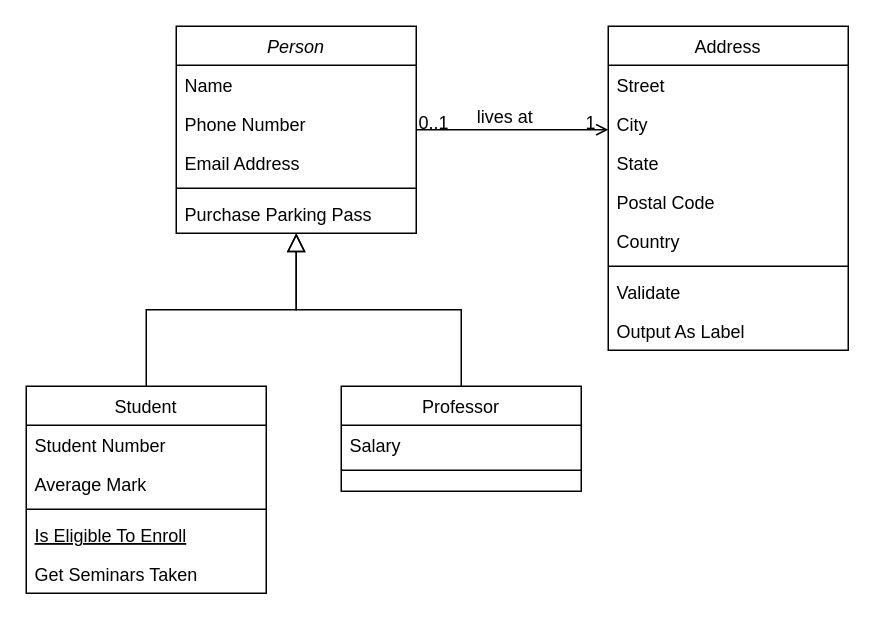
RodrigoEscorcielo/IFTS18_Modelado-y-diseno-de-software_documentos keeps this draw.io diagram as primer_uml.drawio. Above is the earlier version. Source tidied: cells renumbered, new cells numbered last; positions are measured from the earlier drawing's top-left corner, leaving out a move shared by most shapes. Both pictures are drawn from the tidied source at 150%, with x=0, y=0 at pixel (26, 26).
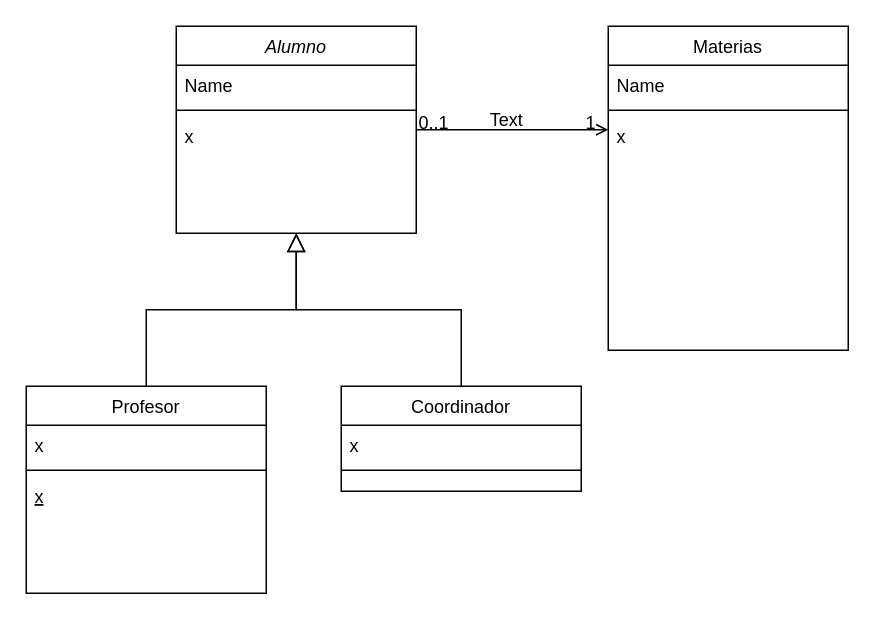
After the change.

The change refers to these unchanged cells:
```xml
<mxCell id="28" style="endArrow=open;shadow=0;strokeWidth=1;rounded=0;curved=0;endFill=1;edgeStyle=elbowEdgeStyle;elbow=vertical;" parent="1" edge="1" source="2" target="19">
  <mxGeometry x="0.5" y="41" relative="1" as="geometry">
    <mxPoint x="-40" y="32" as="offset" />
  </mxGeometry>
</mxCell>
```

Diff of the diagram source:
```diff
@@
-    <mxCell id="2" value="Person" style="swimlane;fontStyle=2;align=center;verticalAlign=top;horizontal=1;startSize=26;rounded=0;shadow=0;strokeWidth=1;" parent="1" vertex="1">
+    <mxCell id="2" value="Alumno" style="swimlane;fontStyle=2;align=center;verticalAlign=top;horizontal=1;startSize=26;rounded=0;shadow=0;strokeWidth=1;" parent="1" vertex="1">
       <mxGeometry x="100" width="160" height="138" as="geometry" />
     </mxCell>
@@
-    <mxCell id="4" value="Phone Number" style="text;align=left;verticalAlign=top;spacingLeft=4;spacingRight=4;overflow=hidden;rounded=0;shadow=0;html=0;" parent="2" vertex="1">
-      <mxGeometry y="52" width="160" height="26" as="geometry" />
-    </mxCell>
-    <mxCell id="5" value="Email Address" style="text;align=left;verticalAlign=top;spacingLeft=4;spacingRight=4;overflow=hidden;rounded=0;shadow=0;html=0;" parent="2" vertex="1">
-      <mxGeometry y="78" width="160" height="26" as="geometry" />
-    </mxCell>
     <mxCell id="6" style="line;html=1;strokeWidth=1;align=left;verticalAlign=middle;spacingTop=-1;spacingLeft=3;spacingRight=3;labelPosition=right;" parent="2" vertex="1">
-      <mxGeometry y="104" width="160" height="8" as="geometry" />
+      <mxGeometry y="52" width="160" height="8" as="geometry" />
     </mxCell>
-    <mxCell id="7" value="Purchase Parking Pass" style="text;align=left;verticalAlign=top;spacingLeft=4;spacingRight=4;overflow=hidden;" parent="2" vertex="1">
-      <mxGeometry y="112" width="160" height="26" as="geometry" />
+    <mxCell id="7" value="x" style="text;align=left;verticalAlign=top;spacingLeft=4;spacingRight=4;overflow=hidden;" parent="2" vertex="1">
+      <mxGeometry y="60" width="160" height="26" as="geometry" />
     </mxCell>
-    <mxCell id="8" value="Student" style="swimlane;fontStyle=0;align=center;verticalAlign=top;horizontal=1;startSize=26;rounded=0;shadow=0;strokeWidth=1;" parent="1" vertex="1">
+    <mxCell id="8" value="Profesor" style="swimlane;fontStyle=0;align=center;verticalAlign=top;horizontal=1;startSize=26;rounded=0;shadow=0;strokeWidth=1;" parent="1" vertex="1">
       <mxGeometry y="240" width="160" height="138" as="geometry" />
     </mxCell>
-    <mxCell id="9" value="Student Number" style="text;align=left;verticalAlign=top;spacingLeft=4;spacingRight=4;overflow=hidden;" parent="8" vertex="1">
+    <mxCell id="9" value="x" style="text;align=left;verticalAlign=top;spacingLeft=4;spacingRight=4;overflow=hidden;" parent="8" vertex="1">
       <mxGeometry y="26" width="160" height="26" as="geometry" />
     </mxCell>
-    <mxCell id="10" value="Average Mark" style="text;align=left;verticalAlign=top;spacingLeft=4;spacingRight=4;overflow=hidden;rounded=0;shadow=0;html=0;" parent="8" vertex="1">
-      <mxGeometry y="52" width="160" height="26" as="geometry" />
-    </mxCell>
     <mxCell id="11" style="line;html=1;strokeWidth=1;align=left;verticalAlign=middle;spacingTop=-1;spacingLeft=3;spacingRight=3;labelPosition=right;" parent="8" vertex="1">
-      <mxGeometry y="78" width="160" height="8" as="geometry" />
+      <mxGeometry y="52" width="160" height="8" as="geometry" />
     </mxCell>
-    <mxCell id="12" value="Is Eligible To Enroll" style="text;align=left;verticalAlign=top;spacingLeft=4;spacingRight=4;overflow=hidden;fontStyle=4;" parent="8" vertex="1">
-      <mxGeometry y="86" width="160" height="26" as="geometry" />
+    <mxCell id="12" value="x" style="text;align=left;verticalAlign=top;spacingLeft=4;spacingRight=4;overflow=hidden;fontStyle=4;" parent="8" vertex="1">
+      <mxGeometry y="60" width="160" height="26" as="geometry" />
     </mxCell>
-    <mxCell id="13" value="Get Seminars Taken" style="text;align=left;verticalAlign=top;spacingLeft=4;spacingRight=4;overflow=hidden;" parent="8" vertex="1">
-      <mxGeometry y="112" width="160" height="26" as="geometry" />
-    </mxCell>
@@
-    <mxCell id="15" value="Professor" style="swimlane;fontStyle=0;align=center;verticalAlign=top;horizontal=1;startSize=26;rounded=0;shadow=0;strokeWidth=1;" parent="1" vertex="1">
+    <mxCell id="15" value="Coordinador" style="swimlane;fontStyle=0;align=center;verticalAlign=top;horizontal=1;startSize=26;rounded=0;shadow=0;strokeWidth=1;" parent="1" vertex="1">
       <mxGeometry x="210" y="240" width="160" height="70" as="geometry" />
     </mxCell>
-    <mxCell id="16" value="Salary" style="text;align=left;verticalAlign=top;spacingLeft=4;spacingRight=4;overflow=hidden;" parent="15" vertex="1">
+    <mxCell id="16" value="x" style="text;align=left;verticalAlign=top;spacingLeft=4;spacingRight=4;overflow=hidden;" parent="15" vertex="1">
       <mxGeometry y="26" width="160" height="26" as="geometry" />
     </mxCell>
@@
-    <mxCell id="19" value="Address" style="swimlane;fontStyle=0;align=center;verticalAlign=top;horizontal=1;startSize=26;rounded=0;shadow=0;strokeWidth=1;" parent="1" vertex="1">
+    <mxCell id="19" value="Materias" style="swimlane;fontStyle=0;align=center;verticalAlign=top;horizontal=1;startSize=26;rounded=0;shadow=0;strokeWidth=1;" parent="1" vertex="1">
       <mxGeometry x="388" width="160" height="216" as="geometry" />
     </mxCell>
-    <mxCell id="20" value="Street" style="text;align=left;verticalAlign=top;spacingLeft=4;spacingRight=4;overflow=hidden;" parent="19" vertex="1">
+    <mxCell id="20" value="Name" style="text;align=left;verticalAlign=top;spacingLeft=4;spacingRight=4;overflow=hidden;" parent="19" vertex="1">
       <mxGeometry y="26" width="160" height="26" as="geometry" />
     </mxCell>
-    <mxCell id="21" value="City" style="text;align=left;verticalAlign=top;spacingLeft=4;spacingRight=4;overflow=hidden;rounded=0;shadow=0;html=0;" parent="19" vertex="1">
-      <mxGeometry y="52" width="160" height="26" as="geometry" />
-    </mxCell>
-    <mxCell id="22" value="State" style="text;align=left;verticalAlign=top;spacingLeft=4;spacingRight=4;overflow=hidden;rounded=0;shadow=0;html=0;" parent="19" vertex="1">
-      <mxGeometry y="78" width="160" height="26" as="geometry" />
-    </mxCell>
-    <mxCell id="23" value="Postal Code" style="text;align=left;verticalAlign=top;spacingLeft=4;spacingRight=4;overflow=hidden;rounded=0;shadow=0;html=0;" parent="19" vertex="1">
-      <mxGeometry y="104" width="160" height="26" as="geometry" />
-    </mxCell>
-    <mxCell id="24" value="Country" style="text;align=left;verticalAlign=top;spacingLeft=4;spacingRight=4;overflow=hidden;rounded=0;shadow=0;html=0;" parent="19" vertex="1">
-      <mxGeometry y="130" width="160" height="26" as="geometry" />
-    </mxCell>
     <mxCell id="25" style="line;html=1;strokeWidth=1;align=left;verticalAlign=middle;spacingTop=-1;spacingLeft=3;spacingRight=3;labelPosition=right;" parent="19" vertex="1">
-      <mxGeometry y="156" width="160" height="8" as="geometry" />
+      <mxGeometry y="52" width="160" height="8" as="geometry" />
     </mxCell>
-    <mxCell id="26" value="Validate" style="text;align=left;verticalAlign=top;spacingLeft=4;spacingRight=4;overflow=hidden;" parent="19" vertex="1">
-      <mxGeometry y="164" width="160" height="26" as="geometry" />
+    <mxCell id="26" value="x" style="text;align=left;verticalAlign=top;spacingLeft=4;spacingRight=4;overflow=hidden;" parent="19" vertex="1">
+      <mxGeometry y="60" width="160" height="26" as="geometry" />
     </mxCell>
-    <mxCell id="27" value="Output As Label" style="text;align=left;verticalAlign=top;spacingLeft=4;spacingRight=4;overflow=hidden;" parent="19" vertex="1">
-      <mxGeometry y="190" width="160" height="26" as="geometry" />
-    </mxCell>
@@
-    <mxCell id="31" value="lives at" style="text;html=1;align=center;verticalAlign=middle;labelBackgroundColor=none;rounded=0;shadow=0;strokeWidth=1;fontSize=12;" parent="28" vertex="1">
-      <mxGeometry x="0.5" y="49" relative="1" as="geometry">
-        <mxPoint x="-38" y="40" as="offset" />
-      </mxGeometry>
-    </mxCell>
+    <mxCell id="32" value="Text" style="text;html=1;align=center;verticalAlign=middle;strokeColor=none;fillColor=none;" parent="1" vertex="1">
+      <mxGeometry x="295" y="48" width="50" height="30" as="geometry" />
+    </mxCell>
```
